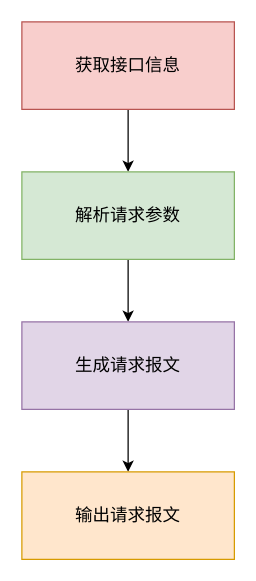
Above: drawio/测试参数自动生成.drawio in hezhuma/image-repo (draw.io), before the change. Source tidied: cells renumbered, new cells numbered last; positions are measured from the earlier drawing's top-left corner, leaving out a move shared by most shapes. Both pictures are drawn from the tidied source at 125%, with x=0, y=0 at pixel (21, 21).
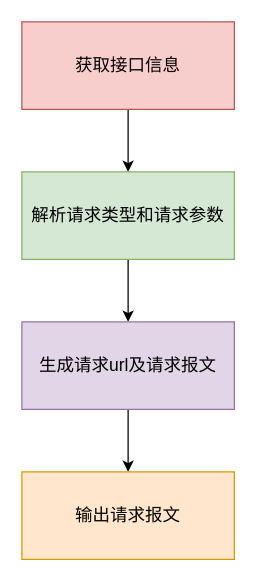
The same diagram, later.

Commit message (it also covers changes not shown here):
更新测试参数自动生成.drawio

Change to the diagram source:
```diff
@@
 <mxGraphModel>
   <root>
     <mxCell id="0" />
     <mxCell id="1" parent="0" />
     <mxCell id="2" style="edgeStyle=orthogonalEdgeStyle;rounded=0;jettySize=auto;html=1;" parent="1" edge="1" source="3" target="5">
       <mxGeometry relative="1" as="geometry" />
     </mxCell>
     <mxCell id="3" value="&lt;font style=&quot;font-size: 14px;&quot;&gt;获取接口信息&lt;/font&gt;" style="rounded=0;whiteSpace=wrap;html=1;fillColor=#f8cecc;strokeColor=#b85450;" parent="1" vertex="1">
       <mxGeometry width="170" height="70" as="geometry" />
     </mxCell>
     <mxCell id="4" style="edgeStyle=orthogonalEdgeStyle;rounded=0;jettySize=auto;html=1;" parent="1" edge="1" source="5" target="7">
       <mxGeometry relative="1" as="geometry" />
     </mxCell>
-    <mxCell id="5" value="&lt;span style=&quot;font-size: 14px;&quot;&gt;解析请求参数&lt;/span&gt;" style="rounded=0;whiteSpace=wrap;html=1;fillColor=#d5e8d4;strokeColor=#82b366;" parent="1" vertex="1">
+    <mxCell id="5" value="&lt;span style=&quot;font-size: 14px;&quot;&gt;解析请求类型和请求参数&lt;/span&gt;" style="rounded=0;whiteSpace=wrap;html=1;fillColor=#d5e8d4;strokeColor=#82b366;" parent="1" vertex="1">
       <mxGeometry y="120" width="170" height="70" as="geometry" />
     </mxCell>
     <mxCell id="6" style="edgeStyle=orthogonalEdgeStyle;rounded=0;jettySize=auto;html=1;entryX=0.5;entryY=0;entryDx=0;entryDy=0;" parent="1" edge="1" source="7" target="8">
       <mxGeometry relative="1" as="geometry" />
     </mxCell>
-    <mxCell id="7" value="&lt;span style=&quot;font-size: 14px;&quot;&gt;生成请求报文&lt;/span&gt;" style="rounded=0;whiteSpace=wrap;html=1;fillColor=#e1d5e7;strokeColor=#9673a6;" parent="1" vertex="1">
+    <mxCell id="7" value="&lt;span style=&quot;font-size: 14px;&quot;&gt;生成请求url及请求报文&lt;/span&gt;" style="rounded=0;whiteSpace=wrap;html=1;fillColor=#e1d5e7;strokeColor=#9673a6;" parent="1" vertex="1">
       <mxGeometry y="240" width="170" height="70" as="geometry" />
     </mxCell>
     <mxCell id="8" value="&lt;span style=&quot;font-size: 14px;&quot;&gt;输出请求报文&lt;/span&gt;" style="rounded=0;whiteSpace=wrap;html=1;fillColor=#ffe6cc;strokeColor=#d79b00;" parent="1" vertex="1">
       <mxGeometry y="360" width="170" height="70" as="geometry" />
     </mxCell>
   </root>
 </mxGraphModel>
```
